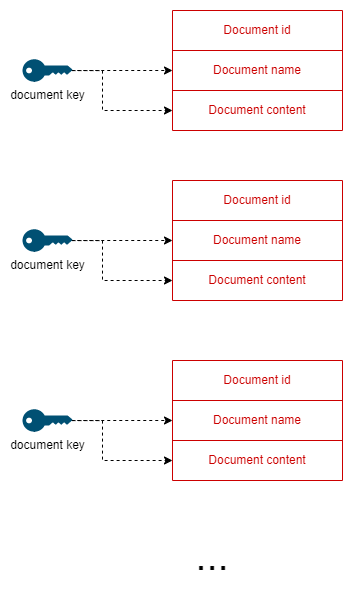
Above: readme-images/Storage documents.drawio.png in damienmaier/encrypted-vault (draw.io), before the change. Source tidied: cells renumbered, new cells last; positions are measured from the earlier drawing's top-left corner, leaving out a move shared by most shapes.
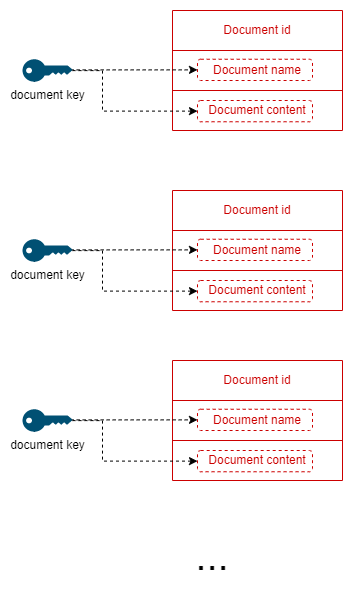
The same diagram one commit later.

Diff of the diagram source:
```diff
@@ -23,107 +23,125 @@
     <mxCell id="8" value="&lt;font color=&quot;#cc0000&quot;&gt;Document content&lt;/font&gt;" style="shape=partialRectangle;html=1;whiteSpace=wrap;overflow=hidden;fillColor=none;top=0;left=0;bottom=0;right=0;" parent="7" vertex="1">
       <mxGeometry width="170" height="40" as="geometry" />
     </mxCell>
-    <mxCell id="9" style="edgeStyle=orthogonalEdgeStyle;rounded=0;jettySize=auto;html=1;exitX=0.24;exitY=1;exitDx=0;exitDy=0;exitPerimeter=0;dashed=1;" parent="1" edge="1" source="11" target="5">
+    <mxCell id="9" style="edgeStyle=orthogonalEdgeStyle;rounded=0;jettySize=auto;html=1;exitX=0.24;exitY=1;exitDx=0;exitDy=0;exitPerimeter=0;dashed=1;entryX=0;entryY=0.5;entryDx=0;entryDy=0;" parent="1" edge="1" source="11" target="33">
       <mxGeometry x="0.28" y="28" relative="1" as="geometry">
         <Array as="points">
-          <mxPoint x="12" y="60" />
+          <mxPoint x="12" y="59" />
         </Array>
         <mxPoint x="8" y="-20" as="offset" />
       </mxGeometry>
     </mxCell>
-    <mxCell id="10" style="edgeStyle=orthogonalEdgeStyle;rounded=0;jettySize=auto;html=1;dashed=1;" parent="1" edge="1" source="11" target="7">
+    <mxCell id="10" style="edgeStyle=orthogonalEdgeStyle;rounded=0;jettySize=auto;html=1;dashed=1;entryX=0;entryY=0.5;entryDx=0;entryDy=0;" parent="1" edge="1" source="11" target="34">
       <mxGeometry relative="1" as="geometry">
         <Array as="points">
           <mxPoint x="80" y="60" />
-          <mxPoint x="80" y="100" />
+          <mxPoint x="80" y="101" />
         </Array>
       </mxGeometry>
     </mxCell>
     <mxCell id="11" value="document key" style="points=[[0,0.5,0],[0.24,0,0],[0.5,0.28,0],[0.995,0.475,0],[0.5,0.72,0],[0.24,1,0]];verticalLabelPosition=bottom;sketch=0;html=1;verticalAlign=top;align=center;shape=mxgraph.cisco19.key;fillColor=#005073;strokeColor=none;" parent="1" vertex="1">
       <mxGeometry y="48.8" width="50" height="22.5" as="geometry" />
     </mxCell>
-    <mxCell id="12" style="shape=table;startSize=0;fillColor=none;strokeColor=#CC0000;" parent="1" vertex="1">
-      <mxGeometry x="150" y="170" width="170" height="120" as="geometry" />
-    </mxCell>
-    <mxCell id="13" style="shape=tableRow;horizontal=0;startSize=0;swimlaneHead=0;swimlaneBody=0;top=0;left=0;bottom=0;right=0;fillColor=none;" parent="12" vertex="1">
-      <mxGeometry width="170" height="40" as="geometry" />
-    </mxCell>
-    <mxCell id="14" value="&lt;font color=&quot;#cc0000&quot;&gt;Document id&lt;/font&gt;" style="shape=partialRectangle;html=1;whiteSpace=wrap;overflow=hidden;fillColor=none;top=0;left=0;bottom=0;right=0;" parent="13" vertex="1">
-      <mxGeometry width="170" height="40" as="geometry" />
-    </mxCell>
-    <mxCell id="15" style="shape=tableRow;horizontal=0;startSize=0;swimlaneHead=0;swimlaneBody=0;top=0;left=0;bottom=0;right=0;fillColor=none;points=[[0,0.5],[1,0.5]];portConstraint=eastwest;" parent="12" vertex="1">
-      <mxGeometry y="40" width="170" height="40" as="geometry" />
-    </mxCell>
-    <mxCell id="16" value="&lt;font color=&quot;#cc0000&quot;&gt;Document name&lt;/font&gt;" style="shape=partialRectangle;html=1;whiteSpace=wrap;overflow=hidden;fillColor=none;top=0;left=0;bottom=0;right=0;" parent="15" vertex="1">
-      <mxGeometry width="170" height="40" as="geometry" />
-    </mxCell>
-    <mxCell id="17" style="shape=tableRow;horizontal=0;startSize=0;swimlaneHead=0;swimlaneBody=0;top=0;left=0;bottom=0;right=0;fillColor=none;points=[[0,0.5],[1,0.5]];portConstraint=eastwest;" parent="12" vertex="1">
-      <mxGeometry y="80" width="170" height="40" as="geometry" />
-    </mxCell>
-    <mxCell id="18" value="&lt;font color=&quot;#cc0000&quot;&gt;Document content&lt;/font&gt;" style="shape=partialRectangle;html=1;whiteSpace=wrap;overflow=hidden;fillColor=none;top=0;left=0;bottom=0;right=0;" parent="17" vertex="1">
-      <mxGeometry width="170" height="40" as="geometry" />
-    </mxCell>
-    <mxCell id="19" style="edgeStyle=orthogonalEdgeStyle;rounded=0;jettySize=auto;html=1;exitX=0.24;exitY=1;exitDx=0;exitDy=0;exitPerimeter=0;dashed=1;" parent="1" edge="1" source="21" target="15">
-      <mxGeometry x="0.28" y="28" relative="1" as="geometry">
-        <Array as="points">
-          <mxPoint x="12" y="230" />
-        </Array>
-        <mxPoint x="8" y="-20" as="offset" />
-      </mxGeometry>
-    </mxCell>
-    <mxCell id="20" style="edgeStyle=orthogonalEdgeStyle;rounded=0;jettySize=auto;html=1;dashed=1;" parent="1" edge="1" source="21" target="17">
-      <mxGeometry relative="1" as="geometry">
-        <Array as="points">
-          <mxPoint x="80" y="230" />
-          <mxPoint x="80" y="270" />
-        </Array>
-      </mxGeometry>
-    </mxCell>
+    <mxCell id="32" value="&lt;font color=&quot;#000000&quot; style=&quot;font-size: 40px;&quot;&gt;...&lt;/font&gt;" style="text;html=1;strokeColor=none;fillColor=none;align=center;verticalAlign=middle;whiteSpace=wrap;rounded=0;fontColor=#CC0000;" parent="1" vertex="1">
+      <mxGeometry x="160" y="530" width="60" height="30" as="geometry" />
+    </mxCell>
+    <mxCell id="33" style="rounded=1;whiteSpace=wrap;html=1;fillColor=none;dashed=1;strokeColor=#CC0000;" parent="1" vertex="1">
+      <mxGeometry x="175" y="48.8" width="115" height="21.2" as="geometry" />
+    </mxCell>
+    <mxCell id="34" style="rounded=1;whiteSpace=wrap;html=1;fillColor=none;dashed=1;strokeColor=#CC0000;" parent="1" vertex="1">
+      <mxGeometry x="175" y="90" width="115" height="21.2" as="geometry" />
+    </mxCell>
+    <mxCell id="35" style="shape=table;startSize=0;fillColor=none;strokeColor=#CC0000;" parent="1" vertex="1">
+      <mxGeometry x="150" y="180" width="170" height="120" as="geometry" />
+    </mxCell>
+    <mxCell id="36" style="shape=tableRow;horizontal=0;startSize=0;swimlaneHead=0;swimlaneBody=0;top=0;left=0;bottom=0;right=0;fillColor=none;" parent="35" vertex="1">
+      <mxGeometry width="170" height="40" as="geometry" />
+    </mxCell>
+    <mxCell id="37" value="&lt;font color=&quot;#cc0000&quot;&gt;Document id&lt;/font&gt;" style="shape=partialRectangle;html=1;whiteSpace=wrap;overflow=hidden;fillColor=none;top=0;left=0;bottom=0;right=0;" parent="36" vertex="1">
+      <mxGeometry width="170" height="40" as="geometry" />
+    </mxCell>
+    <mxCell id="38" style="shape=tableRow;horizontal=0;startSize=0;swimlaneHead=0;swimlaneBody=0;top=0;left=0;bottom=0;right=0;fillColor=none;" parent="35" vertex="1">
+      <mxGeometry y="40" width="170" height="40" as="geometry" />
+    </mxCell>
+    <mxCell id="39" value="&lt;font color=&quot;#cc0000&quot;&gt;Document name&lt;/font&gt;" style="shape=partialRectangle;html=1;whiteSpace=wrap;overflow=hidden;fillColor=none;top=0;left=0;bottom=0;right=0;" parent="38" vertex="1">
+      <mxGeometry width="170" height="40" as="geometry" />
+    </mxCell>
+    <mxCell id="40" style="shape=tableRow;horizontal=0;startSize=0;swimlaneHead=0;swimlaneBody=0;top=0;left=0;bottom=0;right=0;fillColor=none;" parent="35" vertex="1">
+      <mxGeometry y="80" width="170" height="40" as="geometry" />
+    </mxCell>
+    <mxCell id="41" value="&lt;font color=&quot;#cc0000&quot;&gt;Document content&lt;/font&gt;" style="shape=partialRectangle;html=1;whiteSpace=wrap;overflow=hidden;fillColor=none;top=0;left=0;bottom=0;right=0;" parent="40" vertex="1">
+      <mxGeometry width="170" height="40" as="geometry" />
+    </mxCell>
+    <mxCell id="42" style="edgeStyle=orthogonalEdgeStyle;rounded=0;jettySize=auto;html=1;exitX=0.24;exitY=1;exitDx=0;exitDy=0;exitPerimeter=0;dashed=1;entryX=0;entryY=0.5;entryDx=0;entryDy=0;" parent="1" edge="1" source="21" target="44">
+      <mxGeometry x="0.28" y="28" relative="1" as="geometry">
+        <Array as="points">
+          <mxPoint x="12" y="239" />
+        </Array>
+        <mxPoint x="8" y="-20" as="offset" />
+      </mxGeometry>
+    </mxCell>
+    <mxCell id="43" style="edgeStyle=orthogonalEdgeStyle;rounded=0;jettySize=auto;html=1;dashed=1;entryX=0;entryY=0.5;entryDx=0;entryDy=0;" parent="1" edge="1" source="21" target="45">
+      <mxGeometry relative="1" as="geometry">
+        <Array as="points">
+          <mxPoint x="80" y="240" />
+          <mxPoint x="80" y="281" />
+        </Array>
+      </mxGeometry>
+    </mxCell>
     <mxCell id="21" value="document key" style="points=[[0,0.5,0],[0.24,0,0],[0.5,0.28,0],[0.995,0.475,0],[0.5,0.72,0],[0.24,1,0]];verticalLabelPosition=bottom;sketch=0;html=1;verticalAlign=top;align=center;shape=mxgraph.cisco19.key;fillColor=#005073;strokeColor=none;" parent="1" vertex="1">
-      <mxGeometry y="218.8" width="50" height="22.5" as="geometry" />
+      <mxGeometry y="228.8" width="50" height="22.5" as="geometry" />
     </mxCell>
+    <mxCell id="44" style="rounded=1;whiteSpace=wrap;html=1;fillColor=none;dashed=1;strokeColor=#CC0000;" parent="1" vertex="1">
+      <mxGeometry x="175" y="228.8" width="115" height="21.2" as="geometry" />
+    </mxCell>
+    <mxCell id="45" style="rounded=1;whiteSpace=wrap;html=1;fillColor=none;dashed=1;strokeColor=#CC0000;" parent="1" vertex="1">
+      <mxGeometry x="175" y="270" width="115" height="21.2" as="geometry" />
+    </mxCell>
     <mxCell id="22" style="shape=table;startSize=0;fillColor=none;strokeColor=#CC0000;" parent="1" vertex="1">
       <mxGeometry x="150" y="350" width="170" height="120" as="geometry" />
     </mxCell>
-    <mxCell id="23" style="shape=tableRow;horizontal=0;startSize=0;swimlaneHead=0;swimlaneBody=0;top=0;left=0;bottom=0;right=0;fillColor=none;" parent="22" vertex="1">
-      <mxGeometry width="170" height="40" as="geometry" />
-    </mxCell>
-    <mxCell id="24" value="&lt;font color=&quot;#cc0000&quot;&gt;Document id&lt;/font&gt;" style="shape=partialRectangle;html=1;whiteSpace=wrap;overflow=hidden;fillColor=none;top=0;left=0;bottom=0;right=0;" parent="23" vertex="1">
-      <mxGeometry width="170" height="40" as="geometry" />
-    </mxCell>
-    <mxCell id="25" style="shape=tableRow;horizontal=0;startSize=0;swimlaneHead=0;swimlaneBody=0;top=0;left=0;bottom=0;right=0;fillColor=none;points=[[0,0.5],[1,0.5]];portConstraint=eastwest;" parent="22" vertex="1">
-      <mxGeometry y="40" width="170" height="40" as="geometry" />
-    </mxCell>
-    <mxCell id="26" value="&lt;font color=&quot;#cc0000&quot;&gt;Document name&lt;/font&gt;" style="shape=partialRectangle;html=1;whiteSpace=wrap;overflow=hidden;fillColor=none;top=0;left=0;bottom=0;right=0;" parent="25" vertex="1">
-      <mxGeometry width="170" height="40" as="geometry" />
-    </mxCell>
-    <mxCell id="27" style="shape=tableRow;horizontal=0;startSize=0;swimlaneHead=0;swimlaneBody=0;top=0;left=0;bottom=0;right=0;fillColor=none;points=[[0,0.5],[1,0.5]];portConstraint=eastwest;" parent="22" vertex="1">
-      <mxGeometry y="80" width="170" height="40" as="geometry" />
-    </mxCell>
-    <mxCell id="28" value="&lt;font color=&quot;#cc0000&quot;&gt;Document content&lt;/font&gt;" style="shape=partialRectangle;html=1;whiteSpace=wrap;overflow=hidden;fillColor=none;top=0;left=0;bottom=0;right=0;" parent="27" vertex="1">
-      <mxGeometry width="170" height="40" as="geometry" />
-    </mxCell>
-    <mxCell id="29" style="edgeStyle=orthogonalEdgeStyle;rounded=0;jettySize=auto;html=1;exitX=0.24;exitY=1;exitDx=0;exitDy=0;exitPerimeter=0;dashed=1;" parent="1" edge="1" source="31" target="25">
-      <mxGeometry x="0.28" y="28" relative="1" as="geometry">
-        <Array as="points">
-          <mxPoint x="12" y="410" />
-        </Array>
-        <mxPoint x="8" y="-20" as="offset" />
-      </mxGeometry>
-    </mxCell>
-    <mxCell id="30" style="edgeStyle=orthogonalEdgeStyle;rounded=0;jettySize=auto;html=1;dashed=1;" parent="1" edge="1" source="31" target="27">
-      <mxGeometry relative="1" as="geometry">
-        <Array as="points">
-          <mxPoint x="80" y="410" />
-          <mxPoint x="80" y="450" />
-        </Array>
-      </mxGeometry>
-    </mxCell>
+    <mxCell id="46" style="shape=tableRow;horizontal=0;startSize=0;swimlaneHead=0;swimlaneBody=0;top=0;left=0;bottom=0;right=0;fillColor=none;" parent="22" vertex="1">
+      <mxGeometry width="170" height="40" as="geometry" />
+    </mxCell>
+    <mxCell id="47" value="&lt;font color=&quot;#cc0000&quot;&gt;Document id&lt;/font&gt;" style="shape=partialRectangle;html=1;whiteSpace=wrap;overflow=hidden;fillColor=none;top=0;left=0;bottom=0;right=0;" parent="46" vertex="1">
+      <mxGeometry width="170" height="40" as="geometry" />
+    </mxCell>
+    <mxCell id="48" style="shape=tableRow;horizontal=0;startSize=0;swimlaneHead=0;swimlaneBody=0;top=0;left=0;bottom=0;right=0;fillColor=none;" parent="22" vertex="1">
+      <mxGeometry y="40" width="170" height="40" as="geometry" />
+    </mxCell>
+    <mxCell id="49" value="&lt;font color=&quot;#cc0000&quot;&gt;Document name&lt;/font&gt;" style="shape=partialRectangle;html=1;whiteSpace=wrap;overflow=hidden;fillColor=none;top=0;left=0;bottom=0;right=0;" parent="48" vertex="1">
+      <mxGeometry width="170" height="40" as="geometry" />
+    </mxCell>
+    <mxCell id="50" style="shape=tableRow;horizontal=0;startSize=0;swimlaneHead=0;swimlaneBody=0;top=0;left=0;bottom=0;right=0;fillColor=none;" parent="22" vertex="1">
+      <mxGeometry y="80" width="170" height="40" as="geometry" />
+    </mxCell>
+    <mxCell id="51" value="&lt;font color=&quot;#cc0000&quot;&gt;Document content&lt;/font&gt;" style="shape=partialRectangle;html=1;whiteSpace=wrap;overflow=hidden;fillColor=none;top=0;left=0;bottom=0;right=0;" parent="50" vertex="1">
+      <mxGeometry width="170" height="40" as="geometry" />
+    </mxCell>
+    <mxCell id="52" style="edgeStyle=orthogonalEdgeStyle;rounded=0;jettySize=auto;html=1;exitX=0.24;exitY=1;exitDx=0;exitDy=0;exitPerimeter=0;dashed=1;entryX=0;entryY=0.5;entryDx=0;entryDy=0;" parent="1" edge="1" source="31" target="54">
+      <mxGeometry x="0.28" y="28" relative="1" as="geometry">
+        <Array as="points">
+          <mxPoint x="12" y="409" />
+        </Array>
+        <mxPoint x="8" y="-20" as="offset" />
+      </mxGeometry>
+    </mxCell>
+    <mxCell id="53" style="edgeStyle=orthogonalEdgeStyle;rounded=0;jettySize=auto;html=1;dashed=1;entryX=0;entryY=0.5;entryDx=0;entryDy=0;" parent="1" edge="1" source="31" target="55">
+      <mxGeometry relative="1" as="geometry">
+        <Array as="points">
+          <mxPoint x="80" y="410" />
+          <mxPoint x="80" y="451" />
+        </Array>
+      </mxGeometry>
+    </mxCell>
     <mxCell id="31" value="document key" style="points=[[0,0.5,0],[0.24,0,0],[0.5,0.28,0],[0.995,0.475,0],[0.5,0.72,0],[0.24,1,0]];verticalLabelPosition=bottom;sketch=0;html=1;verticalAlign=top;align=center;shape=mxgraph.cisco19.key;fillColor=#005073;strokeColor=none;" parent="1" vertex="1">
       <mxGeometry y="398.8" width="50" height="22.5" as="geometry" />
     </mxCell>
-    <mxCell id="32" value="&lt;font color=&quot;#000000&quot; style=&quot;font-size: 40px;&quot;&gt;...&lt;/font&gt;" style="text;html=1;strokeColor=none;fillColor=none;align=center;verticalAlign=middle;whiteSpace=wrap;rounded=0;fontColor=#CC0000;" parent="1" vertex="1">
-      <mxGeometry x="160" y="530" width="60" height="30" as="geometry" />
-    </mxCell>
+    <mxCell id="54" style="rounded=1;whiteSpace=wrap;html=1;fillColor=none;dashed=1;strokeColor=#CC0000;" parent="1" vertex="1">
+      <mxGeometry x="175" y="398.8" width="115" height="21.2" as="geometry" />
+    </mxCell>
+    <mxCell id="55" style="rounded=1;whiteSpace=wrap;html=1;fillColor=none;dashed=1;strokeColor=#CC0000;" parent="1" vertex="1">
+      <mxGeometry x="175" y="440" width="115" height="21.2" as="geometry" />
+    </mxCell>
   </root>
 </mxGraphModel>
```
